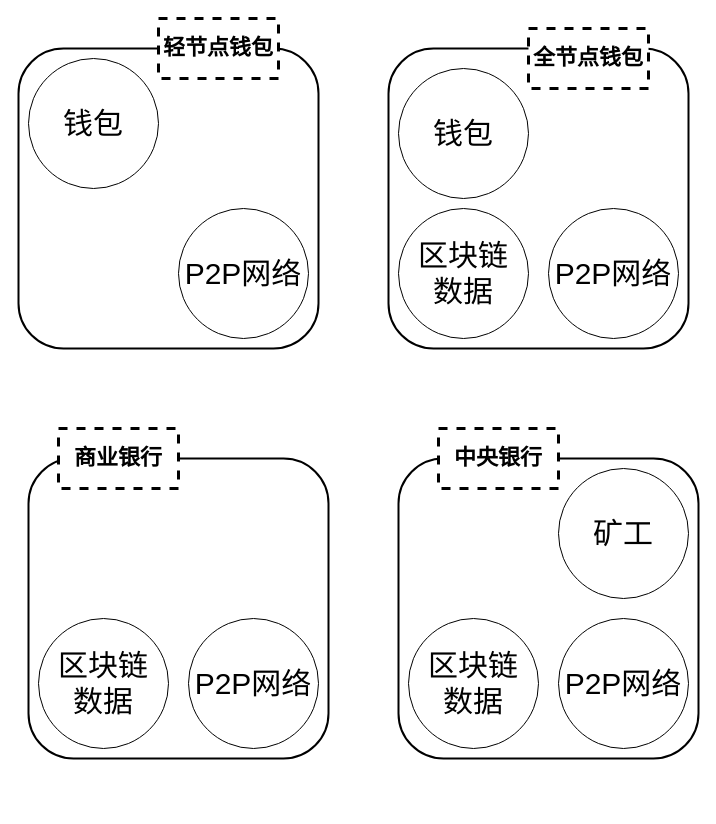
This is 节点概述.drawio from liugangjian/BTCWallet, a draw.io file, before an edit. Source tidied: cells renumbered, new cells numbered last; positions are measured from the earlier drawing's top-left corner, leaving out a move shared by most shapes. Both pictures are drawn from the tidied source at 100%, with x=0, y=0 at pixel (18, 18).
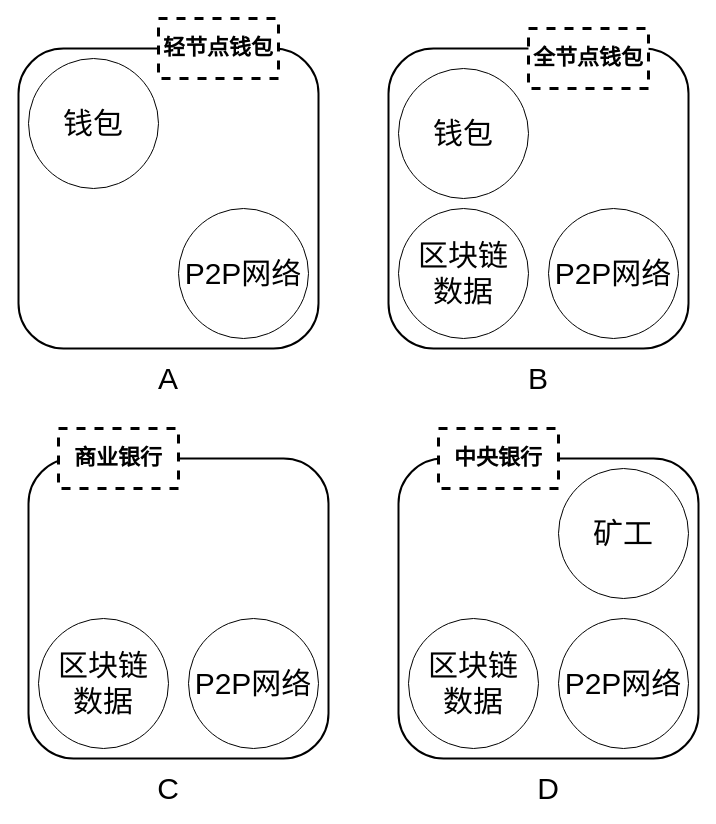
The same diagram, later.

Unchanged cells that the change refers to:
```xml
<mxCell id="8" style="group;shadow=0;sketch=0;glass=0;" parent="1" vertex="1">
  <mxGeometry y="30" width="300" height="350" as="geometry" />
</mxCell>
<mxCell id="12" style="group;shadow=0;sketch=0;glass=0;" parent="1" vertex="1">
  <mxGeometry x="360" y="40" width="300" height="350" as="geometry" />
</mxCell>
```

What changed in the source:
```diff
@@
+    <mxCell id="24" value="&lt;font style=&quot;font-size: 30px&quot;&gt;A&lt;/font&gt;" style="text;html=1;strokeColor=none;fillColor=none;align=center;verticalAlign=middle;whiteSpace=wrap;rounded=0;" parent="8" vertex="1">
+      <mxGeometry x="130" y="320" width="40" height="20" as="geometry" />
+    </mxCell>
@@
+    <mxCell id="25" value="&lt;span style=&quot;font-size: 30px&quot;&gt;B&lt;/span&gt;" style="text;html=1;strokeColor=none;fillColor=none;align=center;verticalAlign=middle;whiteSpace=wrap;rounded=0;" parent="12" vertex="1">
+      <mxGeometry x="140" y="310" width="40" height="20" as="geometry" />
+    </mxCell>
@@
+    <mxCell id="26" value="&lt;span style=&quot;font-size: 30px&quot;&gt;C&lt;/span&gt;" style="text;html=1;strokeColor=none;fillColor=none;align=center;verticalAlign=middle;whiteSpace=wrap;rounded=0;" parent="1" vertex="1">
+      <mxGeometry x="130" y="760" width="40" height="20" as="geometry" />
+    </mxCell>
+    <mxCell id="27" value="&lt;span style=&quot;font-size: 30px&quot;&gt;D&lt;/span&gt;" style="text;html=1;strokeColor=none;fillColor=none;align=center;verticalAlign=middle;whiteSpace=wrap;rounded=0;" parent="1" vertex="1">
+      <mxGeometry x="510" y="760" width="40" height="20" as="geometry" />
+    </mxCell>
```
